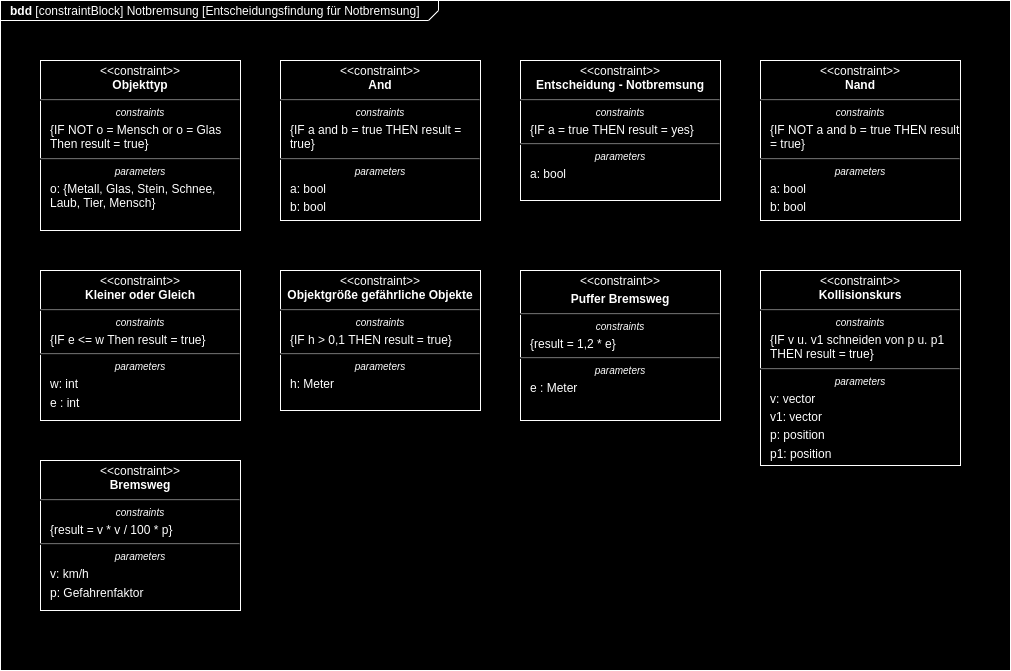
Before: notbremsung-bdd.drawio.png, a diagram exported from draw.io (agrueneberg/sews2324). Source tidied: cells renumbered, new cells last; positions are measured from the earlier drawing's top-left corner, leaving out a move shared by most shapes. Source of this version:
```xml
<mxGraphModel>
  <root>
    <mxCell id="0" />
    <mxCell id="1" parent="0" />
    <mxCell id="2" value="&lt;p style=&quot;margin:0px;margin-top:4px;margin-left:10px;text-align:left;&quot;&gt;&lt;b&gt;bdd &lt;/b&gt;[constraintBlock]   Notbremsung [Entscheidungsfindung für Notbremsung]&lt;/p&gt;" style="html=1;shape=mxgraph.sysml.package;labelX=438;align=left;spacingLeft=10;overflow=fill;" parent="1" vertex="1">
      <mxGeometry width="1010" height="670" as="geometry" />
    </mxCell>
    <mxCell id="3" value="&lt;p style=&quot;margin: 4px 0px 0px;&quot;&gt;&amp;lt;&amp;lt;constraint&amp;gt;&amp;gt;&lt;br&gt;&lt;b&gt;Objekttyp&lt;/b&gt;&lt;/p&gt;&lt;hr&gt;&lt;p style=&quot;font-size: 10px; margin: 4px 0px 0px;&quot;&gt;&lt;i&gt;constraints&lt;/i&gt;&lt;/p&gt;&lt;p style=&quot;margin: 4px 0px 0px 10px; text-align: left;&quot;&gt;{IF NOT o = Mensch or o = Glas Then result = true}&lt;br&gt;&lt;/p&gt;&lt;hr&gt;&lt;p style=&quot;font-size: 10px; margin: 4px 0px 0px;&quot;&gt;&lt;i&gt;parameters&lt;/i&gt;&lt;/p&gt;&lt;p style=&quot;margin: 4px 0px 0px 10px; text-align: left;&quot;&gt;o: {Metall, Glas, Stein, Schnee, Laub, Tier, Mensch}&lt;/p&gt;" style="shape=rect;html=1;overflow=fill;whiteSpace=wrap;" parent="1" vertex="1">
      <mxGeometry x="40" y="60" width="200" height="170" as="geometry" />
    </mxCell>
    <mxCell id="4" value="&lt;p style=&quot;margin:0px;margin-top:4px;text-align:center;&quot;&gt;&amp;lt;&amp;lt;constraint&amp;gt;&amp;gt;&lt;br&gt;&lt;b&gt;Entscheidung - Notbremsung&lt;/b&gt;&lt;/p&gt;&lt;hr&gt;&lt;p style=&quot;font-size:10px;margin:0px;margin-top:4px;text-align:center;&quot;&gt;&lt;i&gt;constraints&lt;/i&gt;&lt;/p&gt;&lt;p style=&quot;margin:0px;margin-top:4px;margin-left:10px;text-align:left;&quot;&gt;{IF a = true THEN result = yes}&lt;br&gt;&lt;/p&gt;&lt;hr&gt;&lt;p style=&quot;font-size:10px;margin:0px;margin-top:4px;text-align:center;&quot;&gt;&lt;i&gt;parameters&lt;/i&gt;&lt;/p&gt;&lt;p style=&quot;margin:0px;margin-top:4px;margin-left:10px;text-align:left;&quot;&gt;a: bool&lt;/p&gt;" style="shape=rect;html=1;overflow=fill;whiteSpace=wrap;" parent="1" vertex="1">
      <mxGeometry x="520" y="60" width="200" height="140" as="geometry" />
    </mxCell>
    <mxCell id="5" value="&lt;p style=&quot;margin:0px;margin-top:4px;text-align:center;&quot;&gt;&amp;lt;&amp;lt;constraint&amp;gt;&amp;gt;&lt;br&gt;&lt;b&gt;And&lt;/b&gt;&lt;/p&gt;&lt;hr&gt;&lt;p style=&quot;font-size:10px;margin:0px;margin-top:4px;text-align:center;&quot;&gt;&lt;i&gt;constraints&lt;/i&gt;&lt;/p&gt;&lt;p style=&quot;margin:0px;margin-top:4px;margin-left:10px;text-align:left;&quot;&gt;{IF a and b = true THEN result = true}&lt;br&gt;&lt;/p&gt;&lt;hr&gt;&lt;p style=&quot;font-size:10px;margin:0px;margin-top:4px;text-align:center;&quot;&gt;&lt;i&gt;parameters&lt;/i&gt;&lt;/p&gt;&lt;p style=&quot;margin:0px;margin-top:4px;margin-left:10px;text-align:left;&quot;&gt;a: bool&lt;br&gt;&lt;/p&gt;&lt;p style=&quot;margin:0px;margin-top:4px;margin-left:10px;text-align:left;&quot;&gt;b: bool&lt;br&gt;&lt;/p&gt;" style="shape=rect;html=1;overflow=fill;whiteSpace=wrap;" parent="1" vertex="1">
      <mxGeometry x="280" y="60" width="200" height="160" as="geometry" />
    </mxCell>
    <mxCell id="6" value="&lt;p style=&quot;margin: 4px 0px 0px;&quot;&gt;&amp;lt;&amp;lt;constraint&amp;gt;&amp;gt;&lt;br&gt;&lt;b&gt;Kollisionskurs&lt;/b&gt;&lt;/p&gt;&lt;hr&gt;&lt;p style=&quot;font-size: 10px; margin: 4px 0px 0px;&quot;&gt;&lt;i&gt;constraints&lt;/i&gt;&lt;/p&gt;&lt;p style=&quot;margin: 4px 0px 0px 10px; text-align: left;&quot;&gt;{IF v u. v1 schneiden von p u. p1 THEN result = true}&lt;br&gt;&lt;/p&gt;&lt;hr&gt;&lt;p style=&quot;font-size: 10px; margin: 4px 0px 0px;&quot;&gt;&lt;i&gt;parameters&lt;/i&gt;&lt;/p&gt;&lt;p style=&quot;margin: 4px 0px 0px 10px; text-align: left;&quot;&gt;v: vector&lt;/p&gt;&lt;p style=&quot;margin: 4px 0px 0px 10px; text-align: left;&quot;&gt;v1: vector&lt;/p&gt;&lt;p style=&quot;margin: 4px 0px 0px 10px; text-align: left;&quot;&gt;p: position&lt;/p&gt;&lt;p style=&quot;margin: 4px 0px 0px 10px; text-align: left;&quot;&gt;p1: position&lt;/p&gt;" style="shape=rect;html=1;overflow=fill;whiteSpace=wrap;" parent="1" vertex="1">
      <mxGeometry x="760" y="270" width="200" height="195" as="geometry" />
    </mxCell>
    <mxCell id="7" value="&lt;p style=&quot;margin: 4px 0px 0px;&quot;&gt;&amp;lt;&amp;lt;constraint&amp;gt;&amp;gt;&lt;br&gt;&lt;b&gt;Bremsweg&lt;/b&gt;&lt;/p&gt;&lt;hr&gt;&lt;p style=&quot;font-size: 10px; margin: 4px 0px 0px;&quot;&gt;&lt;i&gt;constraints&lt;/i&gt;&lt;/p&gt;&lt;p style=&quot;margin: 4px 0px 0px 10px; text-align: left;&quot;&gt;{result = v * v / 100 * p}&lt;br&gt;&lt;/p&gt;&lt;hr&gt;&lt;p style=&quot;font-size: 10px; margin: 4px 0px 0px;&quot;&gt;&lt;i&gt;parameters&lt;/i&gt;&lt;/p&gt;&lt;p style=&quot;margin: 4px 0px 0px 10px; text-align: left;&quot;&gt;v: km/h&lt;/p&gt;&lt;p style=&quot;margin: 4px 0px 0px 10px; text-align: left;&quot;&gt;p: Gefahrenfaktor&lt;br&gt;&lt;/p&gt;" style="shape=rect;html=1;overflow=fill;whiteSpace=wrap;" parent="1" vertex="1">
      <mxGeometry x="40" y="460" width="200" height="150" as="geometry" />
    </mxCell>
    <mxCell id="8" value="&lt;p style=&quot;margin:0px;margin-top:4px;text-align:center;&quot;&gt;&amp;lt;&amp;lt;constraint&amp;gt;&amp;gt;&lt;br&gt;&lt;b&gt;Objektgröße gefährliche Objekte&lt;/b&gt;&lt;/p&gt;&lt;hr&gt;&lt;p style=&quot;font-size:10px;margin:0px;margin-top:4px;text-align:center;&quot;&gt;&lt;i&gt;constraints&lt;/i&gt;&lt;/p&gt;&lt;p style=&quot;margin:0px;margin-top:4px;margin-left:10px;text-align:left;&quot;&gt;{IF h &amp;gt; 0,1 THEN result = true}&lt;br&gt;&lt;/p&gt;&lt;hr&gt;&lt;p style=&quot;font-size:10px;margin:0px;margin-top:4px;text-align:center;&quot;&gt;&lt;i&gt;parameters&lt;/i&gt;&lt;/p&gt;&lt;p style=&quot;margin:0px;margin-top:4px;margin-left:10px;text-align:left;&quot;&gt;h: Meter&lt;br&gt;&lt;/p&gt;" style="shape=rect;html=1;overflow=fill;whiteSpace=wrap;" parent="1" vertex="1">
      <mxGeometry x="280" y="270" width="200" height="140" as="geometry" />
    </mxCell>
    <mxCell id="9" value="&lt;p style=&quot;margin: 4px 0px 0px;&quot;&gt;&amp;lt;&amp;lt;constraint&amp;gt;&amp;gt;&lt;/p&gt;&lt;p style=&quot;margin: 4px 0px 0px;&quot;&gt;&lt;b&gt;Puffer Bremsweg&lt;/b&gt;&lt;br&gt;&lt;/p&gt;&lt;hr&gt;&lt;p style=&quot;font-size: 10px; margin: 4px 0px 0px;&quot;&gt;&lt;i&gt;constraints&lt;/i&gt;&lt;/p&gt;&lt;p style=&quot;margin: 4px 0px 0px 10px; text-align: left;&quot;&gt;{result = 1,2 * e}&lt;br&gt;&lt;/p&gt;&lt;hr&gt;&lt;p style=&quot;font-size: 10px; margin: 4px 0px 0px;&quot;&gt;&lt;i&gt;parameters&lt;/i&gt;&lt;/p&gt;&lt;p style=&quot;margin: 4px 0px 0px 10px; text-align: left;&quot;&gt;e : Meter&lt;/p&gt;" style="shape=rect;html=1;overflow=fill;whiteSpace=wrap;" parent="1" vertex="1">
      <mxGeometry x="520" y="270" width="200" height="150" as="geometry" />
    </mxCell>
    <mxCell id="10" value="&lt;p style=&quot;margin: 4px 0px 0px;&quot;&gt;&amp;lt;&amp;lt;constraint&amp;gt;&amp;gt;&lt;br&gt;&lt;b&gt;Kleiner oder Gleich&lt;/b&gt;&lt;br&gt;&lt;/p&gt;&lt;hr&gt;&lt;p style=&quot;font-size: 10px; margin: 4px 0px 0px;&quot;&gt;&lt;i&gt;constraints&lt;/i&gt;&lt;/p&gt;&lt;p style=&quot;margin: 4px 0px 0px 10px; text-align: left;&quot;&gt;{IF e &amp;lt;= w Then result = true}&lt;br&gt;&lt;/p&gt;&lt;hr&gt;&lt;p style=&quot;font-size: 10px; margin: 4px 0px 0px;&quot;&gt;&lt;i&gt;parameters&lt;/i&gt;&lt;/p&gt;&lt;p style=&quot;margin: 4px 0px 0px 10px; text-align: left;&quot;&gt;w: int&lt;/p&gt;&lt;p style=&quot;margin: 4px 0px 0px 10px; text-align: left;&quot;&gt;e : int&lt;/p&gt;" style="shape=rect;html=1;overflow=fill;whiteSpace=wrap;" parent="1" vertex="1">
      <mxGeometry x="40" y="270" width="200" height="150" as="geometry" />
    </mxCell>
    <mxCell id="11" value="&lt;p style=&quot;margin:0px;margin-top:4px;text-align:center;&quot;&gt;&amp;lt;&amp;lt;constraint&amp;gt;&amp;gt;&lt;br&gt;&lt;b&gt;Nand&lt;/b&gt;&lt;/p&gt;&lt;hr&gt;&lt;p style=&quot;font-size:10px;margin:0px;margin-top:4px;text-align:center;&quot;&gt;&lt;i&gt;constraints&lt;/i&gt;&lt;/p&gt;&lt;p style=&quot;margin:0px;margin-top:4px;margin-left:10px;text-align:left;&quot;&gt;{IF NOT a and b = true THEN result = true}&lt;br&gt;&lt;/p&gt;&lt;hr&gt;&lt;p style=&quot;font-size:10px;margin:0px;margin-top:4px;text-align:center;&quot;&gt;&lt;i&gt;parameters&lt;/i&gt;&lt;/p&gt;&lt;p style=&quot;margin:0px;margin-top:4px;margin-left:10px;text-align:left;&quot;&gt;a: bool&lt;br&gt;&lt;/p&gt;&lt;p style=&quot;margin:0px;margin-top:4px;margin-left:10px;text-align:left;&quot;&gt;b: bool&lt;br&gt;&lt;/p&gt;" style="shape=rect;html=1;overflow=fill;whiteSpace=wrap;" parent="1" vertex="1">
      <mxGeometry x="760" y="60" width="200" height="160" as="geometry" />
    </mxCell>
  </root>
</mxGraphModel>
```
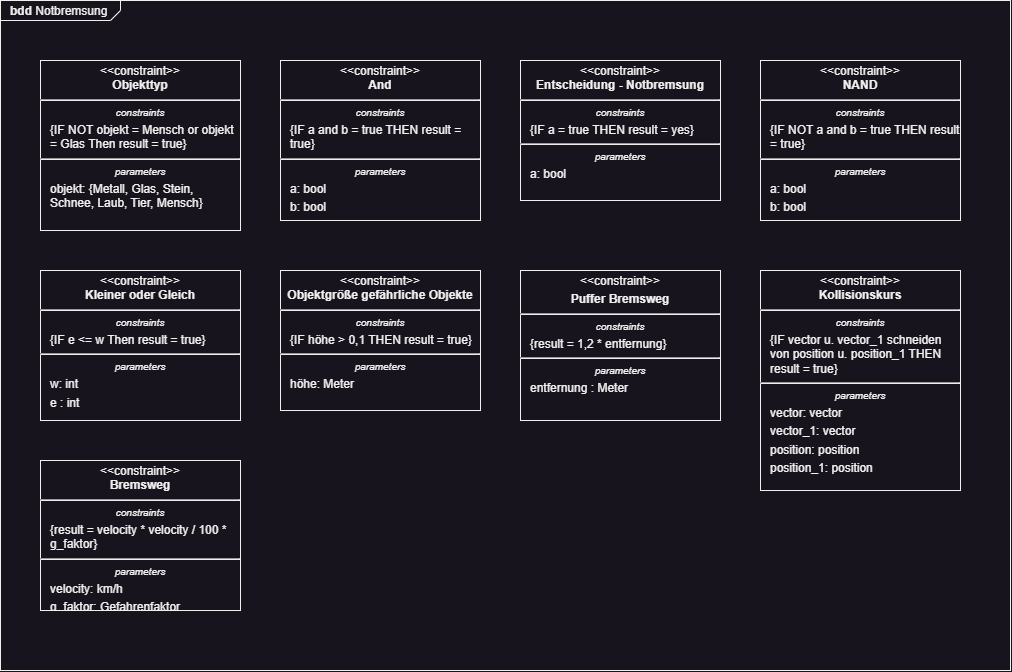
After the commit.

Commit message:
Give names to parameters in parametric diagram

The edit, as a diff of the source:
```diff
@@ -2,10 +2,10 @@
   <root>
     <mxCell id="0" />
     <mxCell id="1" parent="0" />
-    <mxCell id="2" value="&lt;p style=&quot;margin:0px;margin-top:4px;margin-left:10px;text-align:left;&quot;&gt;&lt;b&gt;bdd &lt;/b&gt;[constraintBlock]   Notbremsung [Entscheidungsfindung für Notbremsung]&lt;/p&gt;" style="html=1;shape=mxgraph.sysml.package;labelX=438;align=left;spacingLeft=10;overflow=fill;" parent="1" vertex="1">
+    <mxCell id="2" value="&lt;p style=&quot;margin:0px;margin-top:4px;margin-left:10px;text-align:left;&quot;&gt;&lt;b&gt;bdd&lt;/b&gt;   Notbremsung&lt;/p&gt;" style="html=1;shape=mxgraph.sysml.package;labelX=120;align=left;spacingLeft=10;overflow=fill;" parent="1" vertex="1">
       <mxGeometry width="1010" height="670" as="geometry" />
     </mxCell>
-    <mxCell id="3" value="&lt;p style=&quot;margin: 4px 0px 0px;&quot;&gt;&amp;lt;&amp;lt;constraint&amp;gt;&amp;gt;&lt;br&gt;&lt;b&gt;Objekttyp&lt;/b&gt;&lt;/p&gt;&lt;hr&gt;&lt;p style=&quot;font-size: 10px; margin: 4px 0px 0px;&quot;&gt;&lt;i&gt;constraints&lt;/i&gt;&lt;/p&gt;&lt;p style=&quot;margin: 4px 0px 0px 10px; text-align: left;&quot;&gt;{IF NOT o = Mensch or o = Glas Then result = true}&lt;br&gt;&lt;/p&gt;&lt;hr&gt;&lt;p style=&quot;font-size: 10px; margin: 4px 0px 0px;&quot;&gt;&lt;i&gt;parameters&lt;/i&gt;&lt;/p&gt;&lt;p style=&quot;margin: 4px 0px 0px 10px; text-align: left;&quot;&gt;o: {Metall, Glas, Stein, Schnee, Laub, Tier, Mensch}&lt;/p&gt;" style="shape=rect;html=1;overflow=fill;whiteSpace=wrap;" parent="1" vertex="1">
+    <mxCell id="3" value="&lt;p style=&quot;margin: 4px 0px 0px;&quot;&gt;&amp;lt;&amp;lt;constraint&amp;gt;&amp;gt;&lt;br&gt;&lt;b&gt;Objekttyp&lt;/b&gt;&lt;/p&gt;&lt;hr&gt;&lt;p style=&quot;font-size: 10px; margin: 4px 0px 0px;&quot;&gt;&lt;i&gt;constraints&lt;/i&gt;&lt;/p&gt;&lt;p style=&quot;margin: 4px 0px 0px 10px; text-align: left;&quot;&gt;{IF NOT objekt = Mensch or objekt = Glas Then result = true}&lt;br&gt;&lt;/p&gt;&lt;hr&gt;&lt;p style=&quot;font-size: 10px; margin: 4px 0px 0px;&quot;&gt;&lt;i&gt;parameters&lt;/i&gt;&lt;/p&gt;&lt;p style=&quot;margin: 4px 0px 0px 10px; text-align: left;&quot;&gt;objekt: {Metall, Glas, Stein, Schnee, Laub, Tier, Mensch}&lt;/p&gt;" style="shape=rect;html=1;overflow=fill;whiteSpace=wrap;" parent="1" vertex="1">
       <mxGeometry x="40" y="60" width="200" height="170" as="geometry" />
     </mxCell>
     <mxCell id="4" value="&lt;p style=&quot;margin:0px;margin-top:4px;text-align:center;&quot;&gt;&amp;lt;&amp;lt;constraint&amp;gt;&amp;gt;&lt;br&gt;&lt;b&gt;Entscheidung - Notbremsung&lt;/b&gt;&lt;/p&gt;&lt;hr&gt;&lt;p style=&quot;font-size:10px;margin:0px;margin-top:4px;text-align:center;&quot;&gt;&lt;i&gt;constraints&lt;/i&gt;&lt;/p&gt;&lt;p style=&quot;margin:0px;margin-top:4px;margin-left:10px;text-align:left;&quot;&gt;{IF a = true THEN result = yes}&lt;br&gt;&lt;/p&gt;&lt;hr&gt;&lt;p style=&quot;font-size:10px;margin:0px;margin-top:4px;text-align:center;&quot;&gt;&lt;i&gt;parameters&lt;/i&gt;&lt;/p&gt;&lt;p style=&quot;margin:0px;margin-top:4px;margin-left:10px;text-align:left;&quot;&gt;a: bool&lt;/p&gt;" style="shape=rect;html=1;overflow=fill;whiteSpace=wrap;" parent="1" vertex="1">
@@ -14,22 +14,22 @@
     <mxCell id="5" value="&lt;p style=&quot;margin:0px;margin-top:4px;text-align:center;&quot;&gt;&amp;lt;&amp;lt;constraint&amp;gt;&amp;gt;&lt;br&gt;&lt;b&gt;And&lt;/b&gt;&lt;/p&gt;&lt;hr&gt;&lt;p style=&quot;font-size:10px;margin:0px;margin-top:4px;text-align:center;&quot;&gt;&lt;i&gt;constraints&lt;/i&gt;&lt;/p&gt;&lt;p style=&quot;margin:0px;margin-top:4px;margin-left:10px;text-align:left;&quot;&gt;{IF a and b = true THEN result = true}&lt;br&gt;&lt;/p&gt;&lt;hr&gt;&lt;p style=&quot;font-size:10px;margin:0px;margin-top:4px;text-align:center;&quot;&gt;&lt;i&gt;parameters&lt;/i&gt;&lt;/p&gt;&lt;p style=&quot;margin:0px;margin-top:4px;margin-left:10px;text-align:left;&quot;&gt;a: bool&lt;br&gt;&lt;/p&gt;&lt;p style=&quot;margin:0px;margin-top:4px;margin-left:10px;text-align:left;&quot;&gt;b: bool&lt;br&gt;&lt;/p&gt;" style="shape=rect;html=1;overflow=fill;whiteSpace=wrap;" parent="1" vertex="1">
       <mxGeometry x="280" y="60" width="200" height="160" as="geometry" />
     </mxCell>
-    <mxCell id="6" value="&lt;p style=&quot;margin: 4px 0px 0px;&quot;&gt;&amp;lt;&amp;lt;constraint&amp;gt;&amp;gt;&lt;br&gt;&lt;b&gt;Kollisionskurs&lt;/b&gt;&lt;/p&gt;&lt;hr&gt;&lt;p style=&quot;font-size: 10px; margin: 4px 0px 0px;&quot;&gt;&lt;i&gt;constraints&lt;/i&gt;&lt;/p&gt;&lt;p style=&quot;margin: 4px 0px 0px 10px; text-align: left;&quot;&gt;{IF v u. v1 schneiden von p u. p1 THEN result = true}&lt;br&gt;&lt;/p&gt;&lt;hr&gt;&lt;p style=&quot;font-size: 10px; margin: 4px 0px 0px;&quot;&gt;&lt;i&gt;parameters&lt;/i&gt;&lt;/p&gt;&lt;p style=&quot;margin: 4px 0px 0px 10px; text-align: left;&quot;&gt;v: vector&lt;/p&gt;&lt;p style=&quot;margin: 4px 0px 0px 10px; text-align: left;&quot;&gt;v1: vector&lt;/p&gt;&lt;p style=&quot;margin: 4px 0px 0px 10px; text-align: left;&quot;&gt;p: position&lt;/p&gt;&lt;p style=&quot;margin: 4px 0px 0px 10px; text-align: left;&quot;&gt;p1: position&lt;/p&gt;" style="shape=rect;html=1;overflow=fill;whiteSpace=wrap;" parent="1" vertex="1">
-      <mxGeometry x="760" y="270" width="200" height="195" as="geometry" />
+    <mxCell id="6" value="&lt;p style=&quot;margin: 4px 0px 0px;&quot;&gt;&amp;lt;&amp;lt;constraint&amp;gt;&amp;gt;&lt;br&gt;&lt;b&gt;Kollisionskurs&lt;/b&gt;&lt;/p&gt;&lt;hr&gt;&lt;p style=&quot;font-size: 10px; margin: 4px 0px 0px;&quot;&gt;&lt;i&gt;constraints&lt;/i&gt;&lt;/p&gt;&lt;p style=&quot;margin: 4px 0px 0px 10px; text-align: left;&quot;&gt;{IF vector u. vector_1 schneiden von position u. position_1 THEN result = true}&lt;br&gt;&lt;/p&gt;&lt;hr&gt;&lt;p style=&quot;font-size: 10px; margin: 4px 0px 0px;&quot;&gt;&lt;i&gt;parameters&lt;/i&gt;&lt;/p&gt;&lt;p style=&quot;margin: 4px 0px 0px 10px; text-align: left;&quot;&gt;vector: vector&lt;/p&gt;&lt;p style=&quot;margin: 4px 0px 0px 10px; text-align: left;&quot;&gt;vector_1: vector&lt;/p&gt;&lt;p style=&quot;margin: 4px 0px 0px 10px; text-align: left;&quot;&gt;position: position&lt;/p&gt;&lt;p style=&quot;margin: 4px 0px 0px 10px; text-align: left;&quot;&gt;position_1: position&lt;/p&gt;" style="shape=rect;html=1;overflow=fill;whiteSpace=wrap;" parent="1" vertex="1">
+      <mxGeometry x="760" y="270" width="200" height="220" as="geometry" />
     </mxCell>
-    <mxCell id="7" value="&lt;p style=&quot;margin: 4px 0px 0px;&quot;&gt;&amp;lt;&amp;lt;constraint&amp;gt;&amp;gt;&lt;br&gt;&lt;b&gt;Bremsweg&lt;/b&gt;&lt;/p&gt;&lt;hr&gt;&lt;p style=&quot;font-size: 10px; margin: 4px 0px 0px;&quot;&gt;&lt;i&gt;constraints&lt;/i&gt;&lt;/p&gt;&lt;p style=&quot;margin: 4px 0px 0px 10px; text-align: left;&quot;&gt;{result = v * v / 100 * p}&lt;br&gt;&lt;/p&gt;&lt;hr&gt;&lt;p style=&quot;font-size: 10px; margin: 4px 0px 0px;&quot;&gt;&lt;i&gt;parameters&lt;/i&gt;&lt;/p&gt;&lt;p style=&quot;margin: 4px 0px 0px 10px; text-align: left;&quot;&gt;v: km/h&lt;/p&gt;&lt;p style=&quot;margin: 4px 0px 0px 10px; text-align: left;&quot;&gt;p: Gefahrenfaktor&lt;br&gt;&lt;/p&gt;" style="shape=rect;html=1;overflow=fill;whiteSpace=wrap;" parent="1" vertex="1">
+    <mxCell id="7" value="&lt;p style=&quot;margin: 4px 0px 0px;&quot;&gt;&amp;lt;&amp;lt;constraint&amp;gt;&amp;gt;&lt;br&gt;&lt;b&gt;Bremsweg&lt;/b&gt;&lt;/p&gt;&lt;hr&gt;&lt;p style=&quot;font-size: 10px; margin: 4px 0px 0px;&quot;&gt;&lt;i&gt;constraints&lt;/i&gt;&lt;/p&gt;&lt;p style=&quot;margin: 4px 0px 0px 10px; text-align: left;&quot;&gt;{result = velocity * velocity / 100 * g_faktor}&lt;br&gt;&lt;/p&gt;&lt;hr&gt;&lt;p style=&quot;font-size: 10px; margin: 4px 0px 0px;&quot;&gt;&lt;i&gt;parameters&lt;/i&gt;&lt;/p&gt;&lt;p style=&quot;margin: 4px 0px 0px 10px; text-align: left;&quot;&gt;velocity: km/h&lt;/p&gt;&lt;p style=&quot;margin: 4px 0px 0px 10px; text-align: left;&quot;&gt;g_faktor: Gefahrenfaktor&lt;br&gt;&lt;/p&gt;" style="shape=rect;html=1;overflow=fill;whiteSpace=wrap;" parent="1" vertex="1">
       <mxGeometry x="40" y="460" width="200" height="150" as="geometry" />
     </mxCell>
-    <mxCell id="8" value="&lt;p style=&quot;margin:0px;margin-top:4px;text-align:center;&quot;&gt;&amp;lt;&amp;lt;constraint&amp;gt;&amp;gt;&lt;br&gt;&lt;b&gt;Objektgröße gefährliche Objekte&lt;/b&gt;&lt;/p&gt;&lt;hr&gt;&lt;p style=&quot;font-size:10px;margin:0px;margin-top:4px;text-align:center;&quot;&gt;&lt;i&gt;constraints&lt;/i&gt;&lt;/p&gt;&lt;p style=&quot;margin:0px;margin-top:4px;margin-left:10px;text-align:left;&quot;&gt;{IF h &amp;gt; 0,1 THEN result = true}&lt;br&gt;&lt;/p&gt;&lt;hr&gt;&lt;p style=&quot;font-size:10px;margin:0px;margin-top:4px;text-align:center;&quot;&gt;&lt;i&gt;parameters&lt;/i&gt;&lt;/p&gt;&lt;p style=&quot;margin:0px;margin-top:4px;margin-left:10px;text-align:left;&quot;&gt;h: Meter&lt;br&gt;&lt;/p&gt;" style="shape=rect;html=1;overflow=fill;whiteSpace=wrap;" parent="1" vertex="1">
+    <mxCell id="8" value="&lt;p style=&quot;margin:0px;margin-top:4px;text-align:center;&quot;&gt;&amp;lt;&amp;lt;constraint&amp;gt;&amp;gt;&lt;br&gt;&lt;b&gt;Objektgröße gefährliche Objekte&lt;/b&gt;&lt;/p&gt;&lt;hr&gt;&lt;p style=&quot;font-size:10px;margin:0px;margin-top:4px;text-align:center;&quot;&gt;&lt;i&gt;constraints&lt;/i&gt;&lt;/p&gt;&lt;p style=&quot;margin:0px;margin-top:4px;margin-left:10px;text-align:left;&quot;&gt;{IF höhe &amp;gt; 0,1 THEN result = true}&lt;br&gt;&lt;/p&gt;&lt;hr&gt;&lt;p style=&quot;font-size:10px;margin:0px;margin-top:4px;text-align:center;&quot;&gt;&lt;i&gt;parameters&lt;/i&gt;&lt;/p&gt;&lt;p style=&quot;margin:0px;margin-top:4px;margin-left:10px;text-align:left;&quot;&gt;höhe: Meter&lt;br&gt;&lt;/p&gt;" style="shape=rect;html=1;overflow=fill;whiteSpace=wrap;" parent="1" vertex="1">
       <mxGeometry x="280" y="270" width="200" height="140" as="geometry" />
     </mxCell>
-    <mxCell id="9" value="&lt;p style=&quot;margin: 4px 0px 0px;&quot;&gt;&amp;lt;&amp;lt;constraint&amp;gt;&amp;gt;&lt;/p&gt;&lt;p style=&quot;margin: 4px 0px 0px;&quot;&gt;&lt;b&gt;Puffer Bremsweg&lt;/b&gt;&lt;br&gt;&lt;/p&gt;&lt;hr&gt;&lt;p style=&quot;font-size: 10px; margin: 4px 0px 0px;&quot;&gt;&lt;i&gt;constraints&lt;/i&gt;&lt;/p&gt;&lt;p style=&quot;margin: 4px 0px 0px 10px; text-align: left;&quot;&gt;{result = 1,2 * e}&lt;br&gt;&lt;/p&gt;&lt;hr&gt;&lt;p style=&quot;font-size: 10px; margin: 4px 0px 0px;&quot;&gt;&lt;i&gt;parameters&lt;/i&gt;&lt;/p&gt;&lt;p style=&quot;margin: 4px 0px 0px 10px; text-align: left;&quot;&gt;e : Meter&lt;/p&gt;" style="shape=rect;html=1;overflow=fill;whiteSpace=wrap;" parent="1" vertex="1">
+    <mxCell id="9" value="&lt;p style=&quot;margin: 4px 0px 0px;&quot;&gt;&amp;lt;&amp;lt;constraint&amp;gt;&amp;gt;&lt;/p&gt;&lt;p style=&quot;margin: 4px 0px 0px;&quot;&gt;&lt;b&gt;Puffer Bremsweg&lt;/b&gt;&lt;br&gt;&lt;/p&gt;&lt;hr&gt;&lt;p style=&quot;font-size: 10px; margin: 4px 0px 0px;&quot;&gt;&lt;i&gt;constraints&lt;/i&gt;&lt;/p&gt;&lt;p style=&quot;margin: 4px 0px 0px 10px; text-align: left;&quot;&gt;{result = 1,2 * entfernung}&lt;br&gt;&lt;/p&gt;&lt;hr&gt;&lt;p style=&quot;font-size: 10px; margin: 4px 0px 0px;&quot;&gt;&lt;i&gt;parameters&lt;/i&gt;&lt;/p&gt;&lt;p style=&quot;margin: 4px 0px 0px 10px; text-align: left;&quot;&gt;entfernung : Meter&lt;/p&gt;" style="shape=rect;html=1;overflow=fill;whiteSpace=wrap;" parent="1" vertex="1">
       <mxGeometry x="520" y="270" width="200" height="150" as="geometry" />
     </mxCell>
     <mxCell id="10" value="&lt;p style=&quot;margin: 4px 0px 0px;&quot;&gt;&amp;lt;&amp;lt;constraint&amp;gt;&amp;gt;&lt;br&gt;&lt;b&gt;Kleiner oder Gleich&lt;/b&gt;&lt;br&gt;&lt;/p&gt;&lt;hr&gt;&lt;p style=&quot;font-size: 10px; margin: 4px 0px 0px;&quot;&gt;&lt;i&gt;constraints&lt;/i&gt;&lt;/p&gt;&lt;p style=&quot;margin: 4px 0px 0px 10px; text-align: left;&quot;&gt;{IF e &amp;lt;= w Then result = true}&lt;br&gt;&lt;/p&gt;&lt;hr&gt;&lt;p style=&quot;font-size: 10px; margin: 4px 0px 0px;&quot;&gt;&lt;i&gt;parameters&lt;/i&gt;&lt;/p&gt;&lt;p style=&quot;margin: 4px 0px 0px 10px; text-align: left;&quot;&gt;w: int&lt;/p&gt;&lt;p style=&quot;margin: 4px 0px 0px 10px; text-align: left;&quot;&gt;e : int&lt;/p&gt;" style="shape=rect;html=1;overflow=fill;whiteSpace=wrap;" parent="1" vertex="1">
       <mxGeometry x="40" y="270" width="200" height="150" as="geometry" />
     </mxCell>
-    <mxCell id="11" value="&lt;p style=&quot;margin:0px;margin-top:4px;text-align:center;&quot;&gt;&amp;lt;&amp;lt;constraint&amp;gt;&amp;gt;&lt;br&gt;&lt;b&gt;Nand&lt;/b&gt;&lt;/p&gt;&lt;hr&gt;&lt;p style=&quot;font-size:10px;margin:0px;margin-top:4px;text-align:center;&quot;&gt;&lt;i&gt;constraints&lt;/i&gt;&lt;/p&gt;&lt;p style=&quot;margin:0px;margin-top:4px;margin-left:10px;text-align:left;&quot;&gt;{IF NOT a and b = true THEN result = true}&lt;br&gt;&lt;/p&gt;&lt;hr&gt;&lt;p style=&quot;font-size:10px;margin:0px;margin-top:4px;text-align:center;&quot;&gt;&lt;i&gt;parameters&lt;/i&gt;&lt;/p&gt;&lt;p style=&quot;margin:0px;margin-top:4px;margin-left:10px;text-align:left;&quot;&gt;a: bool&lt;br&gt;&lt;/p&gt;&lt;p style=&quot;margin:0px;margin-top:4px;margin-left:10px;text-align:left;&quot;&gt;b: bool&lt;br&gt;&lt;/p&gt;" style="shape=rect;html=1;overflow=fill;whiteSpace=wrap;" parent="1" vertex="1">
+    <mxCell id="11" value="&lt;p style=&quot;margin:0px;margin-top:4px;text-align:center;&quot;&gt;&amp;lt;&amp;lt;constraint&amp;gt;&amp;gt;&lt;br&gt;&lt;b&gt;NAND&lt;/b&gt;&lt;/p&gt;&lt;hr&gt;&lt;p style=&quot;font-size:10px;margin:0px;margin-top:4px;text-align:center;&quot;&gt;&lt;i&gt;constraints&lt;/i&gt;&lt;/p&gt;&lt;p style=&quot;margin:0px;margin-top:4px;margin-left:10px;text-align:left;&quot;&gt;{IF NOT a and b = true THEN result = true}&lt;br&gt;&lt;/p&gt;&lt;hr&gt;&lt;p style=&quot;font-size:10px;margin:0px;margin-top:4px;text-align:center;&quot;&gt;&lt;i&gt;parameters&lt;/i&gt;&lt;/p&gt;&lt;p style=&quot;margin:0px;margin-top:4px;margin-left:10px;text-align:left;&quot;&gt;a: bool&lt;br&gt;&lt;/p&gt;&lt;p style=&quot;margin:0px;margin-top:4px;margin-left:10px;text-align:left;&quot;&gt;b: bool&lt;br&gt;&lt;/p&gt;" style="shape=rect;html=1;overflow=fill;whiteSpace=wrap;" parent="1" vertex="1">
       <mxGeometry x="760" y="60" width="200" height="160" as="geometry" />
     </mxCell>
   </root>
```
